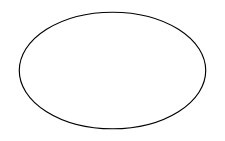
Earlier version of the draw.io export images/abc.svg (paulluap/test-notes-repo). Source tidied: cells renumbered, new cells last; positions are measured from the earlier drawing's top-left corner, leaving out a move shared by most shapes. The source it was exported from:
```xml
<mxGraphModel>
  <root>
    <mxCell id="0" />
    <mxCell id="1" parent="0" />
    <mxCell id="2" style="ellipse;whiteSpace=wrap;html=1;sketch=0;" parent="1" vertex="1">
      <mxGeometry width="160" height="100" as="geometry" />
    </mxCell>
  </root>
</mxGraphModel>
```
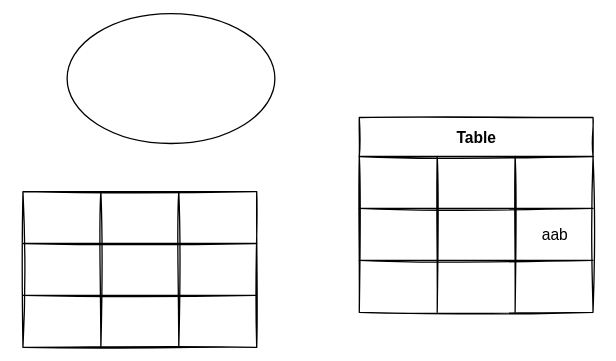
After the change.

The edit, as a diff of the source:
```diff
@@ -5,5 +5,83 @@
     <mxCell id="2" style="ellipse;whiteSpace=wrap;html=1;sketch=0;" parent="1" vertex="1">
       <mxGeometry width="160" height="100" as="geometry" />
     </mxCell>
+    <mxCell id="3" value="Table" style="shape=table;startSize=30;fontStyle=1;align=center;" parent="1" vertex="1">
+      <mxGeometry x="225" y="80" width="180" height="150" as="geometry" />
+    </mxCell>
+    <mxCell id="4" style="shape=partialRectangle;html=1;whiteSpace=wrap;fillColor=none;top=0;left=0;bottom=0;right=0;" parent="3" vertex="1">
+      <mxGeometry y="30" width="180" height="40" as="geometry" />
+    </mxCell>
+    <mxCell id="5" style="shape=partialRectangle;html=1;whiteSpace=wrap;fillColor=none;top=0;left=0;bottom=0;right=0;overflow=hidden;" parent="4" vertex="1">
+      <mxGeometry width="60" height="40" as="geometry" />
+    </mxCell>
+    <mxCell id="6" style="shape=partialRectangle;html=1;whiteSpace=wrap;fillColor=none;top=0;left=0;bottom=0;right=0;overflow=hidden;" parent="4" vertex="1">
+      <mxGeometry x="60" width="60" height="40" as="geometry" />
+    </mxCell>
+    <mxCell id="7" style="shape=partialRectangle;html=1;whiteSpace=wrap;fillColor=none;top=0;left=0;bottom=0;right=0;overflow=hidden;" parent="4" vertex="1">
+      <mxGeometry x="120" width="60" height="40" as="geometry" />
+    </mxCell>
+    <mxCell id="8" style="shape=partialRectangle;html=1;whiteSpace=wrap;fillColor=none;top=0;left=0;bottom=0;right=0;" parent="3" vertex="1">
+      <mxGeometry y="70" width="180" height="40" as="geometry" />
+    </mxCell>
+    <mxCell id="9" style="shape=partialRectangle;html=1;whiteSpace=wrap;fillColor=none;top=0;left=0;bottom=0;right=0;overflow=hidden;" parent="8" vertex="1">
+      <mxGeometry width="60" height="40" as="geometry" />
+    </mxCell>
+    <mxCell id="10" style="shape=partialRectangle;html=1;whiteSpace=wrap;fillColor=none;top=0;left=0;bottom=0;right=0;overflow=hidden;" parent="8" vertex="1">
+      <mxGeometry x="60" width="60" height="40" as="geometry" />
+    </mxCell>
+    <mxCell id="11" value="aab" style="shape=partialRectangle;html=1;whiteSpace=wrap;fillColor=none;top=0;left=0;bottom=0;right=0;overflow=hidden;" parent="8" vertex="1">
+      <mxGeometry x="120" width="60" height="40" as="geometry" />
+    </mxCell>
+    <mxCell id="12" style="shape=partialRectangle;html=1;whiteSpace=wrap;fillColor=none;top=0;left=0;bottom=0;right=0;" parent="3" vertex="1">
+      <mxGeometry y="110" width="180" height="40" as="geometry" />
+    </mxCell>
+    <mxCell id="13" style="shape=partialRectangle;html=1;whiteSpace=wrap;fillColor=none;top=0;left=0;bottom=0;right=0;overflow=hidden;" parent="12" vertex="1">
+      <mxGeometry width="60" height="40" as="geometry" />
+    </mxCell>
+    <mxCell id="14" style="shape=partialRectangle;html=1;whiteSpace=wrap;fillColor=none;top=0;left=0;bottom=0;right=0;overflow=hidden;" parent="12" vertex="1">
+      <mxGeometry x="60" width="60" height="40" as="geometry" />
+    </mxCell>
+    <mxCell id="15" style="shape=partialRectangle;html=1;whiteSpace=wrap;fillColor=none;top=0;left=0;bottom=0;right=0;overflow=hidden;" parent="12" vertex="1">
+      <mxGeometry x="120" width="60" height="40" as="geometry" />
+    </mxCell>
+    <mxCell id="16" style="shape=table;html=1;whiteSpace=wrap;startSize=0;" parent="1" vertex="1">
+      <mxGeometry x="-34" y="137" width="180" height="120" as="geometry" />
+    </mxCell>
+    <mxCell id="17" style="shape=partialRectangle;html=1;whiteSpace=wrap;fillColor=none;top=0;left=0;bottom=0;right=0;" parent="16" vertex="1">
+      <mxGeometry width="180" height="40" as="geometry" />
+    </mxCell>
+    <mxCell id="18" style="shape=partialRectangle;html=1;whiteSpace=wrap;fillColor=none;top=0;left=0;bottom=0;right=0;overflow=hidden;" parent="17" vertex="1">
+      <mxGeometry width="60" height="40" as="geometry" />
+    </mxCell>
+    <mxCell id="19" style="shape=partialRectangle;html=1;whiteSpace=wrap;fillColor=none;top=0;left=0;bottom=0;right=0;overflow=hidden;" parent="17" vertex="1">
+      <mxGeometry x="60" width="60" height="40" as="geometry" />
+    </mxCell>
+    <mxCell id="20" style="shape=partialRectangle;html=1;whiteSpace=wrap;fillColor=none;top=0;left=0;bottom=0;right=0;overflow=hidden;" parent="17" vertex="1">
+      <mxGeometry x="120" width="60" height="40" as="geometry" />
+    </mxCell>
+    <mxCell id="21" style="shape=partialRectangle;html=1;whiteSpace=wrap;fillColor=none;top=0;left=0;bottom=0;right=0;" parent="16" vertex="1">
+      <mxGeometry y="40" width="180" height="40" as="geometry" />
+    </mxCell>
+    <mxCell id="22" style="shape=partialRectangle;html=1;whiteSpace=wrap;fillColor=none;top=0;left=0;bottom=0;right=0;overflow=hidden;" parent="21" vertex="1">
+      <mxGeometry width="60" height="40" as="geometry" />
+    </mxCell>
+    <mxCell id="23" style="shape=partialRectangle;html=1;whiteSpace=wrap;fillColor=none;top=0;left=0;bottom=0;right=0;overflow=hidden;" parent="21" vertex="1">
+      <mxGeometry x="60" width="60" height="40" as="geometry" />
+    </mxCell>
+    <mxCell id="24" style="shape=partialRectangle;html=1;whiteSpace=wrap;fillColor=none;top=0;left=0;bottom=0;right=0;overflow=hidden;" parent="21" vertex="1">
+      <mxGeometry x="120" width="60" height="40" as="geometry" />
+    </mxCell>
+    <mxCell id="25" style="shape=partialRectangle;html=1;whiteSpace=wrap;fillColor=none;top=0;left=0;bottom=0;right=0;" parent="16" vertex="1">
+      <mxGeometry y="80" width="180" height="40" as="geometry" />
+    </mxCell>
+    <mxCell id="26" style="shape=partialRectangle;html=1;whiteSpace=wrap;fillColor=none;top=0;left=0;bottom=0;right=0;overflow=hidden;" parent="25" vertex="1">
+      <mxGeometry width="60" height="40" as="geometry" />
+    </mxCell>
+    <mxCell id="27" style="shape=partialRectangle;html=1;whiteSpace=wrap;fillColor=none;top=0;left=0;bottom=0;right=0;overflow=hidden;" parent="25" vertex="1">
+      <mxGeometry x="60" width="60" height="40" as="geometry" />
+    </mxCell>
+    <mxCell id="28" style="shape=partialRectangle;html=1;whiteSpace=wrap;fillColor=none;top=0;left=0;bottom=0;right=0;overflow=hidden;" parent="25" vertex="1">
+      <mxGeometry x="120" width="60" height="40" as="geometry" />
+    </mxCell>
   </root>
 </mxGraphModel>
```
